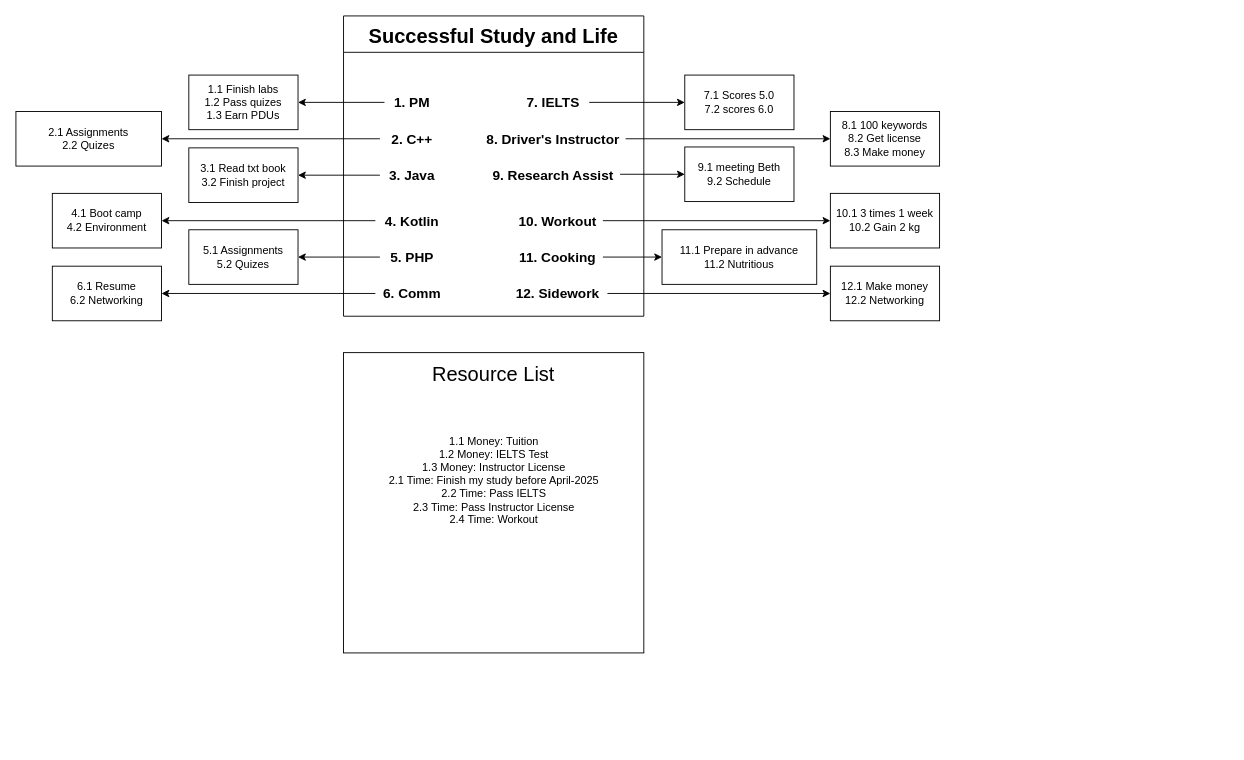
Earlier version of the draw.io diagram Untitled Diagram.drawio (ObeeeWon/Diagrams). Source tidied: cells renumbered, new cells numbered last; positions are measured from the earlier drawing's top-left corner, leaving out a move shared by most shapes. Both pictures are drawn from the tidied source at 91%, with x=0, y=0 at pixel (15, 15).
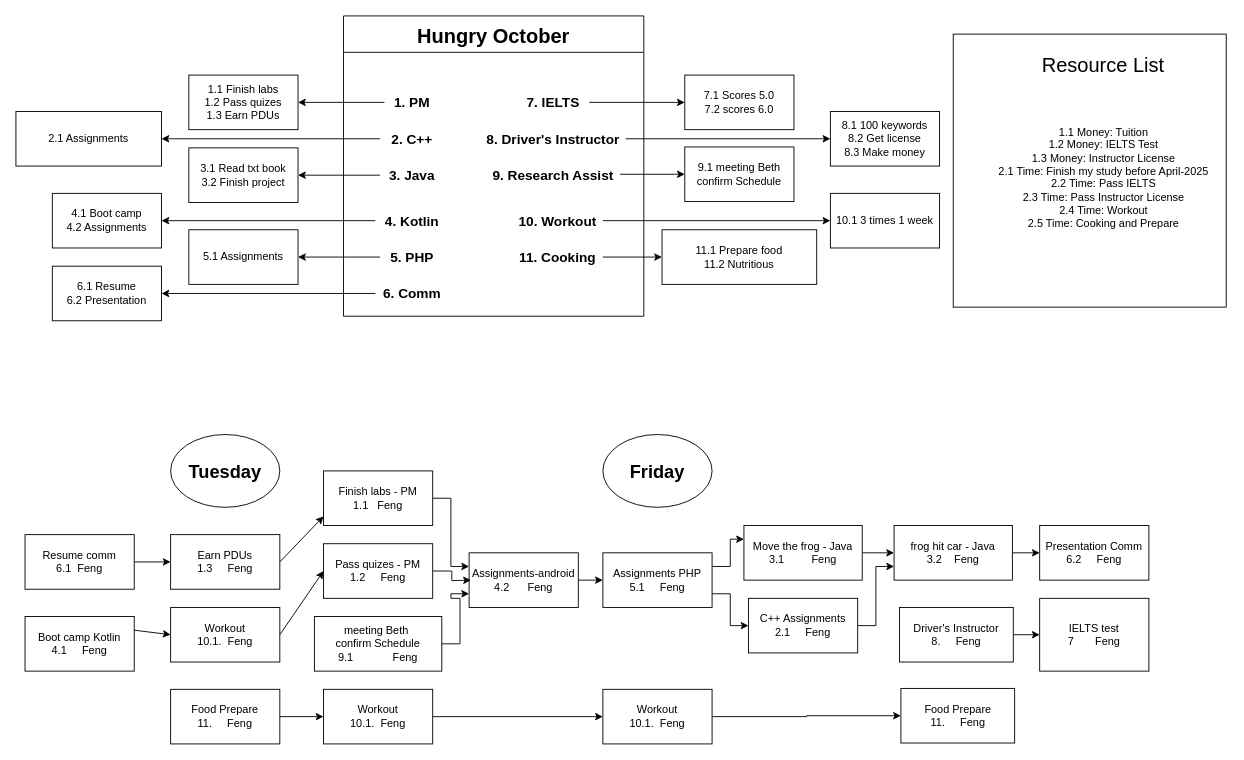
The same diagram, later.

What changed in the source:
```diff
@@
-    <mxCell id="2" value="Successful Study and Life" style="swimlane;fontSize=22;startSize=40;" parent="1" vertex="1">
+    <mxCell id="2" value="Hungry October" style="swimlane;fontSize=22;startSize=40;" parent="1" vertex="1">
       <mxGeometry x="360" width="330" height="330" as="geometry" />
     </mxCell>
@@
-    <mxCell id="14" value="12. Sidework" style="text;html=1;align=center;verticalAlign=middle;points=[];strokeColor=none;fillColor=none;fontSize=15;fontStyle=1;" parent="2" vertex="1">
-      <mxGeometry x="180" y="290" width="110" height="30" as="geometry" />
-    </mxCell>
@@
-    <mxCell id="17" value="2.1 Assignments&lt;div&gt;2.2 Quizes&lt;/div&gt;" style="whiteSpace=wrap;html=1;" parent="1" vertex="1">
+    <mxCell id="17" value="2.1 Assignments" style="whiteSpace=wrap;html=1;" parent="1" vertex="1">
       <mxGeometry y="105" width="160" height="60" as="geometry" />
     </mxCell>
@@
-    <mxCell id="21" value="4.1 Boot camp&lt;div&gt;4.2 Environment&lt;/div&gt;" style="whiteSpace=wrap;html=1;" parent="1" vertex="1">
+    <mxCell id="21" value="4.1 Boot camp&lt;div&gt;4.2 Assignments&lt;/div&gt;" style="whiteSpace=wrap;html=1;" parent="1" vertex="1">
       <mxGeometry x="40" y="195" width="120" height="60" as="geometry" />
     </mxCell>
@@
-    <mxCell id="23" value="5.1 Assignments&lt;div&gt;5.2 Quizes&lt;/div&gt;" style="whiteSpace=wrap;html=1;" parent="1" vertex="1">
+    <mxCell id="23" value="5.1 Assignments" style="whiteSpace=wrap;html=1;" parent="1" vertex="1">
       <mxGeometry x="190" y="235" width="120" height="60" as="geometry" />
     </mxCell>
@@
-    <mxCell id="25" value="6.1 Resume&lt;div&gt;6.2 Networking&lt;/div&gt;" style="whiteSpace=wrap;html=1;" parent="1" vertex="1">
+    <mxCell id="25" value="6.1 Resume&lt;div&gt;6.2 Presentation&lt;/div&gt;" style="whiteSpace=wrap;html=1;" parent="1" vertex="1">
       <mxGeometry x="40" y="275" width="120" height="60" as="geometry" />
     </mxCell>
@@
-    <mxCell id="31" value="9.1 meeting Beth&lt;div&gt;9.2 Schedule&lt;/div&gt;" style="whiteSpace=wrap;html=1;" parent="1" vertex="1">
+    <mxCell id="31" value="9.1 meeting Beth confirm&amp;nbsp;&lt;span style=&quot;background-color: initial;&quot;&gt;Schedule&lt;/span&gt;" style="whiteSpace=wrap;html=1;" parent="1" vertex="1">
       <mxGeometry x="735" y="144" width="120" height="60" as="geometry" />
     </mxCell>
@@
-    <mxCell id="33" value="10.1 3 times 1 week&lt;div&gt;10.2 Gain 2 kg&lt;/div&gt;" style="whiteSpace=wrap;html=1;" parent="1" vertex="1">
+    <mxCell id="33" value="10.1 3 times 1 week" style="whiteSpace=wrap;html=1;" parent="1" vertex="1">
       <mxGeometry x="895" y="195" width="120" height="60" as="geometry" />
     </mxCell>
@@
-    <mxCell id="35" value="11.1 Prepare in advance&lt;div&gt;11.2 Nutritious&lt;/div&gt;" style="whiteSpace=wrap;html=1;" parent="1" vertex="1">
+    <mxCell id="35" value="11.1 Prepare food&lt;div&gt;11.2 Nutritious&lt;/div&gt;" style="whiteSpace=wrap;html=1;" parent="1" vertex="1">
       <mxGeometry x="710" y="235" width="170" height="60" as="geometry" />
     </mxCell>
-    <mxCell id="36" value="12.1 Make money&lt;div&gt;&lt;span style=&quot;background-color: initial;&quot;&gt;12.2 Networking&lt;/span&gt;&lt;/div&gt;" style="whiteSpace=wrap;html=1;" parent="1" vertex="1">
-      <mxGeometry x="895" y="275" width="120" height="60" as="geometry" />
-    </mxCell>
-    <mxCell id="37" style="edgeStyle=orthogonalEdgeStyle;rounded=0;jettySize=auto;html=1;entryX=0;entryY=0.5;entryDx=0;entryDy=0;" parent="1" edge="1" source="14" target="36">
-      <mxGeometry relative="1" as="geometry" />
+    <mxCell id="37" style="edgeStyle=orthogonalEdgeStyle;rounded=0;orthogonalLoop=1;jettySize=auto;html=1;entryX=0;entryY=0.5;entryDx=0;entryDy=0;" parent="1" edge="1">
+      <mxGeometry relative="1" as="geometry">
+        <mxPoint x="650" y="305" as="sourcePoint" />
+      </mxGeometry>
     </mxCell>
@@
     <mxCell id="39" style="whiteSpace=wrap;html=1;" parent="1" vertex="1">
-      <mxGeometry x="360" y="370" width="330" height="330" as="geometry" />
+      <mxGeometry x="1030" y="20" width="300" height="300" as="geometry" />
     </mxCell>
     <mxCell id="40" value="Resource List" style="text;html=1;align=center;verticalAlign=middle;whiteSpace=wrap;rounded=0;fontSize=22;" parent="1" vertex="1">
-      <mxGeometry x="450" y="370" width="150" height="50" as="geometry" />
+      <mxGeometry x="1120" y="30" width="150" height="50" as="geometry" />
     </mxCell>
-    <mxCell id="41" value="1.1 Money: Tuition&lt;br&gt;1.2 Money: IELTS Test&lt;br&gt;1.3 Money: Instructor License&lt;br&gt;2.1 Time: Finish my study before April-2025&lt;div&gt;2.2 Time: Pass IELTS&lt;br&gt;2.3 Time: Pass Instructor License&lt;br&gt;2.4 Time: Workout&lt;br&gt;&lt;br&gt;&lt;div&gt;&lt;br&gt;&lt;/div&gt;&lt;/div&gt;" style="text;html=1;align=center;verticalAlign=middle;whiteSpace=wrap;rounded=0;" parent="1" vertex="1">
-      <mxGeometry x="387.5" y="440" width="275" height="170" as="geometry" />
+    <mxCell id="41" value="1.1 Money: Tuition&lt;br&gt;1.2 Money: IELTS Test&lt;br&gt;1.3 Money: Instructor License&lt;br&gt;2.1 Time: Finish my study before April-2025&lt;div&gt;2.2 Time: Pass IELTS&lt;br&gt;2.3 Time: Pass Instructor License&lt;br&gt;2.4 Time: Workout&lt;br&gt;2.5 Time: Cooking and Prepare&lt;br&gt;&lt;div&gt;&lt;br&gt;&lt;/div&gt;&lt;/div&gt;" style="text;html=1;align=center;verticalAlign=middle;whiteSpace=wrap;rounded=0;" parent="1" vertex="1">
+      <mxGeometry x="1057.5" y="100" width="275" height="170" as="geometry" />
     </mxCell>
+    <mxCell id="42" style="edgeStyle=orthogonalEdgeStyle;rounded=0;jettySize=auto;html=1;exitX=1;exitY=0.5;exitDx=0;exitDy=0;entryX=0;entryY=0.25;entryDx=0;entryDy=0;" parent="1" edge="1" source="43" target="49">
+      <mxGeometry relative="1" as="geometry" />
+    </mxCell>
+    <mxCell id="43" value="Finish labs - PM&lt;br&gt;&lt;div&gt;&lt;span style=&quot;background-color: initial;&quot;&gt;1.1&lt;/span&gt;&lt;span style=&quot;background-color: initial;&quot;&gt;&amp;nbsp; &amp;nbsp;&lt;/span&gt;Feng&lt;/div&gt;" style="whiteSpace=wrap;html=1;" parent="1" vertex="1">
+      <mxGeometry x="338" y="500" width="120" height="60" as="geometry" />
+    </mxCell>
+    <mxCell id="44" style="edgeStyle=orthogonalEdgeStyle;rounded=0;jettySize=auto;html=1;exitX=1;exitY=0.5;exitDx=0;exitDy=0;entryX=0;entryY=0.75;entryDx=0;entryDy=0;" parent="1" edge="1" source="45" target="58">
+      <mxGeometry relative="1" as="geometry" />
+    </mxCell>
+    <mxCell id="45" value="C++ Assignments&lt;div&gt;2.1&amp;nbsp; &amp;nbsp; &amp;nbsp;Feng&lt;/div&gt;" style="whiteSpace=wrap;html=1;" parent="1" vertex="1">
+      <mxGeometry x="805" y="640" width="120" height="60" as="geometry" />
+    </mxCell>
+    <mxCell id="46" style="edgeStyle=orthogonalEdgeStyle;rounded=0;jettySize=auto;html=1;exitX=1;exitY=0.5;exitDx=0;exitDy=0;entryX=0;entryY=0.5;entryDx=0;entryDy=0;" parent="1" edge="1" source="47" target="58">
+      <mxGeometry relative="1" as="geometry" />
+    </mxCell>
+    <mxCell id="47" value="&lt;div&gt;&lt;span style=&quot;background-color: initial;&quot;&gt;Move the frog - Java&lt;br&gt;3.1&lt;/span&gt;&lt;span style=&quot;background-color: initial;&quot;&gt;&amp;nbsp; &amp;nbsp; &amp;nbsp; &amp;nbsp; &amp;nbsp;&lt;/span&gt;Feng&lt;/div&gt;" style="whiteSpace=wrap;html=1;" parent="1" vertex="1">
+      <mxGeometry x="800" y="560" width="130" height="60" as="geometry" />
+    </mxCell>
+    <mxCell id="48" style="edgeStyle=orthogonalEdgeStyle;rounded=0;jettySize=auto;html=1;exitX=1;exitY=0.5;exitDx=0;exitDy=0;entryX=0;entryY=0.5;entryDx=0;entryDy=0;" parent="1" edge="1" source="49" target="52">
+      <mxGeometry relative="1" as="geometry" />
+    </mxCell>
+    <mxCell id="49" value="&lt;div&gt;Assignments-android&lt;br&gt;4.2&amp;nbsp; &amp;nbsp; &amp;nbsp; Feng&lt;br&gt;&lt;/div&gt;" style="whiteSpace=wrap;html=1;" parent="1" vertex="1">
+      <mxGeometry x="498" y="590" width="120" height="60" as="geometry" />
+    </mxCell>
+    <mxCell id="50" style="edgeStyle=orthogonalEdgeStyle;rounded=0;jettySize=auto;html=1;exitX=1;exitY=0.75;exitDx=0;exitDy=0;" parent="1" edge="1" source="52" target="45">
+      <mxGeometry relative="1" as="geometry" />
+    </mxCell>
+    <mxCell id="51" style="edgeStyle=orthogonalEdgeStyle;rounded=0;jettySize=auto;html=1;exitX=1;exitY=0.25;exitDx=0;exitDy=0;entryX=0;entryY=0.25;entryDx=0;entryDy=0;" parent="1" edge="1" source="52" target="47">
+      <mxGeometry relative="1" as="geometry" />
+    </mxCell>
+    <mxCell id="52" value="Assignments PHP&lt;br&gt;&lt;div&gt;&lt;span style=&quot;background-color: initial;&quot;&gt;5.1&lt;/span&gt;&lt;span style=&quot;background-color: initial;&quot;&gt;&amp;nbsp; &amp;nbsp; &amp;nbsp;&lt;/span&gt;Feng&lt;/div&gt;" style="whiteSpace=wrap;html=1;" parent="1" vertex="1">
+      <mxGeometry x="645" y="590" width="120" height="60" as="geometry" />
+    </mxCell>
+    <mxCell id="53" value="Resume comm&lt;br&gt;&lt;div&gt;&lt;span style=&quot;background-color: initial;&quot;&gt;6.1&lt;/span&gt;&lt;span style=&quot;background-color: initial;&quot;&gt;&amp;nbsp;&amp;nbsp;&lt;/span&gt;Feng&lt;/div&gt;" style="whiteSpace=wrap;html=1;" parent="1" vertex="1">
+      <mxGeometry x="10" y="570" width="120" height="60" as="geometry" />
+    </mxCell>
+    <mxCell id="54" style="edgeStyle=orthogonalEdgeStyle;rounded=0;jettySize=auto;html=1;exitX=1;exitY=0.5;exitDx=0;exitDy=0;" parent="1" edge="1" source="55">
+      <mxGeometry relative="1" as="geometry">
+        <mxPoint x="500" y="620" as="targetPoint" />
+      </mxGeometry>
+    </mxCell>
+    <mxCell id="55" value="&lt;div&gt;Pass quizes - PM&lt;/div&gt;&lt;div&gt;&lt;span style=&quot;background-color: initial;&quot;&gt;1.2&lt;/span&gt;&lt;span style=&quot;background-color: initial;&quot;&gt;&amp;nbsp; &amp;nbsp; &amp;nbsp;&lt;/span&gt;Feng&lt;/div&gt;" style="rounded=0;whiteSpace=wrap;html=1;" parent="1" vertex="1">
+      <mxGeometry x="338" y="580" width="120" height="60" as="geometry" />
+    </mxCell>
+    <mxCell id="56" value="&lt;div&gt;&lt;span style=&quot;background-color: initial;&quot;&gt;Earn PDUs&lt;br&gt;&lt;/span&gt;1.3&amp;nbsp; &amp;nbsp; &amp;nbsp;Feng&lt;br&gt;&lt;/div&gt;" style="rounded=0;whiteSpace=wrap;html=1;" parent="1" vertex="1">
+      <mxGeometry x="170" y="570" width="120" height="60" as="geometry" />
+    </mxCell>
+    <mxCell id="57" style="edgeStyle=orthogonalEdgeStyle;rounded=0;jettySize=auto;html=1;exitX=1;exitY=0.5;exitDx=0;exitDy=0;entryX=0;entryY=0.5;entryDx=0;entryDy=0;" parent="1" edge="1" source="58" target="60">
+      <mxGeometry relative="1" as="geometry" />
+    </mxCell>
+    <mxCell id="58" value="&lt;div&gt;frog hit car - Java&lt;br&gt;3.2&amp;nbsp; &amp;nbsp; Feng&lt;br&gt;&lt;/div&gt;" style="whiteSpace=wrap;html=1;" parent="1" vertex="1">
+      <mxGeometry x="965" y="560" width="130" height="60" as="geometry" />
+    </mxCell>
+    <mxCell id="59" value="Boot camp Kotlin&lt;br&gt;4.1&amp;nbsp; &amp;nbsp; &amp;nbsp;Feng" style="whiteSpace=wrap;html=1;" parent="1" vertex="1">
+      <mxGeometry x="10" y="660" width="120" height="60" as="geometry" />
+    </mxCell>
+    <mxCell id="60" value="&lt;div&gt;Presentation Comm&lt;br&gt;6.2&amp;nbsp; &amp;nbsp; &amp;nbsp;Feng&lt;/div&gt;" style="whiteSpace=wrap;html=1;" parent="1" vertex="1">
+      <mxGeometry x="1125" y="560" width="120" height="60" as="geometry" />
+    </mxCell>
+    <mxCell id="61" value="IELTS test&lt;br&gt;7&amp;nbsp; &amp;nbsp; &amp;nbsp; &amp;nbsp;Feng" style="whiteSpace=wrap;html=1;" parent="1" vertex="1">
+      <mxGeometry x="1125" y="640" width="120" height="80" as="geometry" />
+    </mxCell>
+    <mxCell id="62" style="edgeStyle=orthogonalEdgeStyle;rounded=0;jettySize=auto;html=1;exitX=1;exitY=0.5;exitDx=0;exitDy=0;entryX=0;entryY=0.5;entryDx=0;entryDy=0;" parent="1" edge="1" source="63" target="61">
+      <mxGeometry relative="1" as="geometry" />
+    </mxCell>
+    <mxCell id="63" value="Driver's Instructor&lt;br&gt;8.&amp;nbsp; &amp;nbsp; &amp;nbsp;Feng" style="whiteSpace=wrap;html=1;" parent="1" vertex="1">
+      <mxGeometry x="971" y="650" width="125" height="60" as="geometry" />
+    </mxCell>
+    <mxCell id="64" style="edgeStyle=orthogonalEdgeStyle;rounded=0;jettySize=auto;html=1;exitX=1;exitY=0.5;exitDx=0;exitDy=0;entryX=0;entryY=0.75;entryDx=0;entryDy=0;" parent="1" edge="1" source="65" target="49">
+      <mxGeometry relative="1" as="geometry" />
+    </mxCell>
+    <mxCell id="65" value="meeting Beth&amp;nbsp;&lt;div&gt;confirm&amp;nbsp;&lt;span style=&quot;background-color: initial;&quot;&gt;Schedule&lt;br&gt;&lt;/span&gt;9.1&amp;nbsp; &amp;nbsp; &amp;nbsp; &amp;nbsp; &amp;nbsp; &amp;nbsp; &amp;nbsp;Feng&lt;span style=&quot;background-color: initial;&quot;&gt;&lt;br&gt;&lt;/span&gt;&lt;/div&gt;" style="whiteSpace=wrap;html=1;" parent="1" vertex="1">
+      <mxGeometry x="328" y="660" width="140" height="60" as="geometry" />
+    </mxCell>
+    <mxCell id="66" value="Workout&lt;br&gt;10.1.&amp;nbsp; Feng" style="whiteSpace=wrap;html=1;" parent="1" vertex="1">
+      <mxGeometry x="170" y="650" width="120" height="60" as="geometry" />
+    </mxCell>
+    <mxCell id="67" style="edgeStyle=orthogonalEdgeStyle;rounded=0;jettySize=auto;html=1;exitX=1;exitY=0.5;exitDx=0;exitDy=0;entryX=0;entryY=0.5;entryDx=0;entryDy=0;" parent="1" edge="1" source="68" target="70">
+      <mxGeometry relative="1" as="geometry" />
+    </mxCell>
+    <mxCell id="68" value="Workout&lt;br&gt;10.1.&amp;nbsp; Feng" style="whiteSpace=wrap;html=1;" parent="1" vertex="1">
+      <mxGeometry x="338" y="740" width="120" height="60" as="geometry" />
+    </mxCell>
+    <mxCell id="69" style="edgeStyle=orthogonalEdgeStyle;rounded=0;jettySize=auto;html=1;exitX=1;exitY=0.5;exitDx=0;exitDy=0;entryX=0;entryY=0.5;entryDx=0;entryDy=0;" parent="1" edge="1" source="70" target="72">
+      <mxGeometry relative="1" as="geometry" />
+    </mxCell>
+    <mxCell id="70" value="Workout&lt;br&gt;10.1.&amp;nbsp; Feng" style="whiteSpace=wrap;html=1;" parent="1" vertex="1">
+      <mxGeometry x="645" y="740" width="120" height="60" as="geometry" />
+    </mxCell>
+    <mxCell id="71" value="Food Prepare&lt;br&gt;11.&amp;nbsp; &amp;nbsp; &amp;nbsp;Feng" style="whiteSpace=wrap;html=1;" parent="1" vertex="1">
+      <mxGeometry x="170" y="740" width="120" height="60" as="geometry" />
+    </mxCell>
+    <mxCell id="72" value="Food Prepare&lt;br&gt;11.&amp;nbsp; &amp;nbsp; &amp;nbsp;Feng" style="whiteSpace=wrap;html=1;" parent="1" vertex="1">
+      <mxGeometry x="972.5" y="739" width="125" height="60" as="geometry" />
+    </mxCell>
+    <mxCell id="73" style="endArrow=classic;html=1;rounded=0;entryX=0;entryY=0.5;entryDx=0;entryDy=0;" parent="1" edge="1" target="56">
+      <mxGeometry relative="1" as="geometry">
+        <mxPoint x="130" y="600" as="sourcePoint" />
+      </mxGeometry>
+    </mxCell>
+    <mxCell id="74" value="Tuesday" style="ellipse;whiteSpace=wrap;html=1;fontSize=20;fontStyle=1;" parent="1" vertex="1">
+      <mxGeometry x="170" y="460" width="120" height="80" as="geometry" />
+    </mxCell>
+    <mxCell id="75" value="Friday" style="ellipse;whiteSpace=wrap;html=1;fontSize=20;fontStyle=1;" parent="1" vertex="1">
+      <mxGeometry x="645" y="460" width="120" height="80" as="geometry" />
+    </mxCell>
+    <mxCell id="76" style="endArrow=classic;html=1;rounded=0;exitX=1;exitY=0.5;exitDx=0;exitDy=0;" parent="1" edge="1" source="56">
+      <mxGeometry relative="1" as="geometry">
+        <mxPoint x="338" y="550" as="targetPoint" />
+      </mxGeometry>
+    </mxCell>
+    <mxCell id="77" style="endArrow=classic;html=1;rounded=0;entryX=0;entryY=0.5;entryDx=0;entryDy=0;exitX=1;exitY=0.25;exitDx=0;exitDy=0;" parent="1" edge="1" source="59" target="66">
+      <mxGeometry relative="1" as="geometry" />
+    </mxCell>
+    <mxCell id="78" style="endArrow=classic;html=1;rounded=0;exitX=1;exitY=0.5;exitDx=0;exitDy=0;entryX=0;entryY=0.5;entryDx=0;entryDy=0;" parent="1" edge="1" source="66" target="55">
+      <mxGeometry relative="1" as="geometry" />
+    </mxCell>
+    <mxCell id="79" style="endArrow=classic;html=1;rounded=0;entryX=0;entryY=0.5;entryDx=0;entryDy=0;exitX=1;exitY=0.5;exitDx=0;exitDy=0;" parent="1" edge="1" source="71" target="68">
+      <mxGeometry relative="1" as="geometry" />
+    </mxCell>
```
